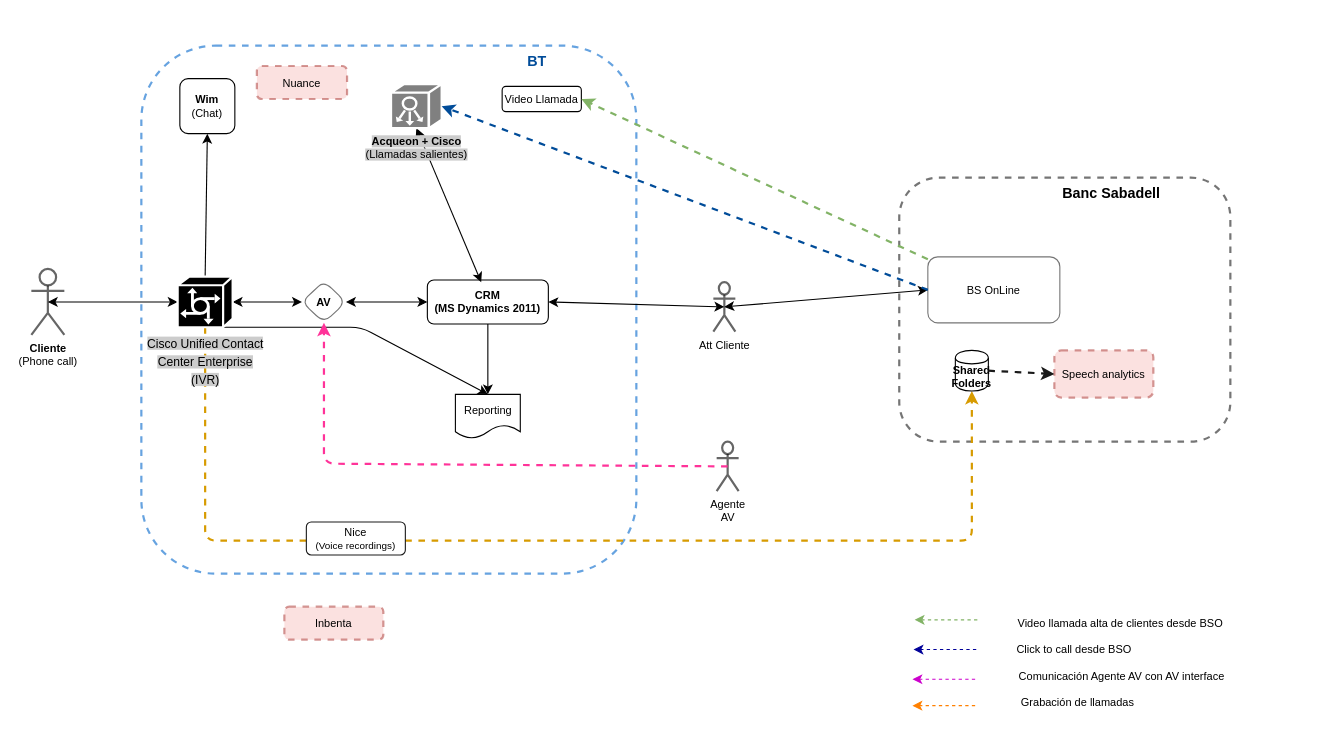
Earlier version of the draw.io diagram page "DiagGral" (1 of 8) of callcenter.drawio (xleyba/bank). Source tidied: cells renumbered, new cells numbered last; positions are measured from the earlier drawing's top-left corner, leaving out a move shared by most shapes. Both pictures are drawn from the tidied source at 110%, with x=0, y=0 at pixel (31, 45).
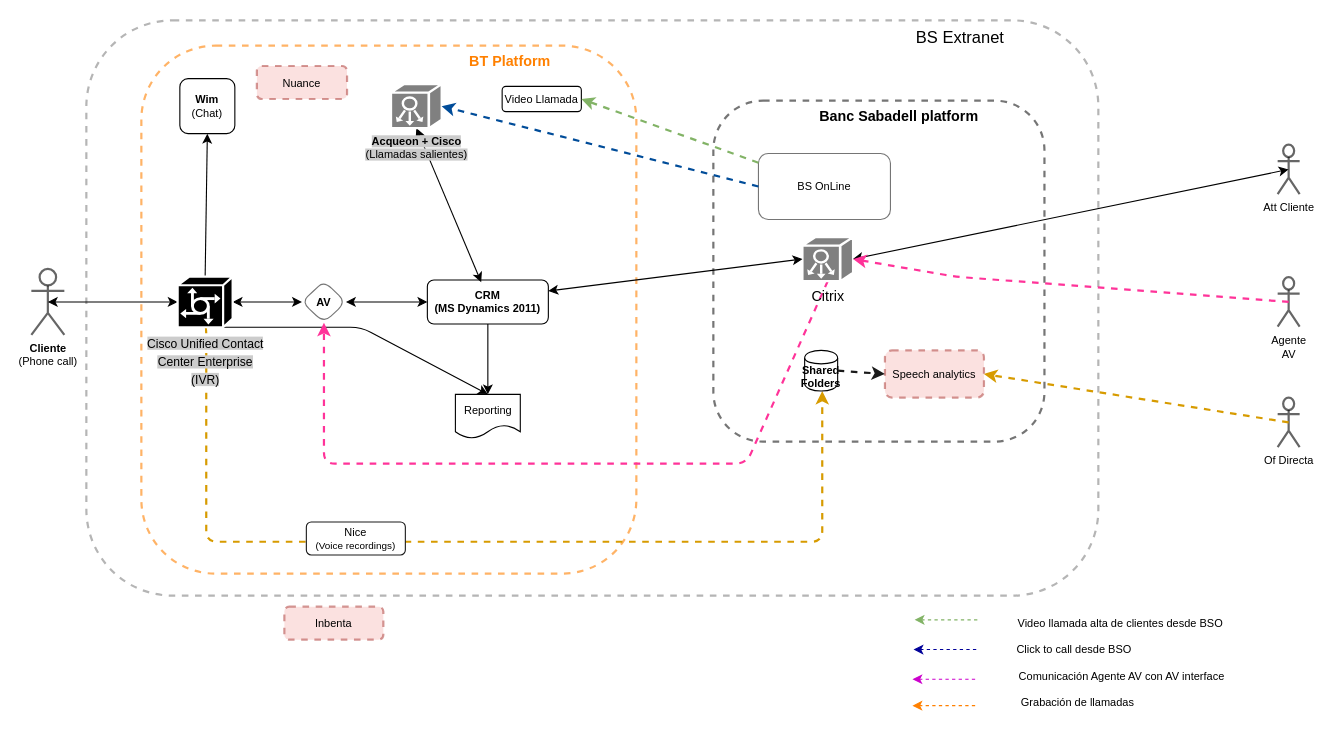
After the change.

Unchanged cells that the change refers to:
```xml
<mxCell id="6" value="&lt;b&gt;CRM&lt;br&gt;(MS Dynamics 2011)&lt;br&gt;&lt;/b&gt;" style="rounded=1;whiteSpace=wrap;html=1;strokeColor=#000000;fillColor=#FFFFFF;fontSize=10;" parent="1" vertex="1">
  <mxGeometry x="360" y="213" width="110" height="40" as="geometry" />
</mxCell>
<mxCell id="22" value="&lt;b&gt;AV&lt;/b&gt;" style="rhombus;whiteSpace=wrap;html=1;rounded=1;strokeColor=#1A1A1A;strokeWidth=1;fillColor=#FFFFFF;fontSize=10;fontColor=#000000;opacity=60;" parent="1" vertex="1">
  <mxGeometry x="246" y="214" width="40" height="38" as="geometry" />
</mxCell>
<mxCell id="41" value="&lt;span style=&quot;line-height: 150% ; font-size: 11px&quot;&gt;&lt;span style=&quot;background-color: rgb(204 , 204 , 204)&quot;&gt;Cisco Unified Contact &lt;br&gt;Center Enterprise&lt;br&gt;(IVR)&lt;/span&gt;&lt;br&gt;&lt;/span&gt;" style="shape=mxgraph.cisco.servers.communications_server;html=1;dashed=0;fillColor=#000000;strokeColor=#ffffff;strokeWidth=2;verticalLabelPosition=bottom;verticalAlign=top;align=center;outlineConnect=0;" parent="1" vertex="1">
  <mxGeometry x="133" y="210" width="50" height="46" as="geometry" />
</mxCell>
```

Diff of the diagram source:
```diff
@@
+    <mxCell id="42" value="&lt;div align=&quot;right&quot;&gt;&lt;font style=&quot;font-size: 15px&quot;&gt;BS Extranet&lt;/font&gt;&amp;nbsp;&amp;nbsp;&amp;nbsp;&amp;nbsp;&amp;nbsp;&amp;nbsp;&amp;nbsp;&amp;nbsp;&amp;nbsp;&amp;nbsp;&amp;nbsp;&amp;nbsp;&amp;nbsp;&amp;nbsp;&amp;nbsp;&amp;nbsp;&amp;nbsp;&amp;nbsp;&amp;nbsp;&amp;nbsp;&amp;nbsp;&amp;nbsp;&amp;nbsp;&amp;nbsp;&amp;nbsp; &lt;br&gt;&lt;/div&gt;&amp;nbsp;&amp;nbsp;&amp;nbsp;&amp;nbsp;&amp;nbsp;&amp;nbsp;&amp;nbsp;&amp;nbsp;&amp;nbsp; " style="rounded=1;whiteSpace=wrap;html=1;fillColor=none;dashed=1;strokeColor=#B5B5B5;strokeWidth=2;align=right;verticalAlign=top;" parent="1" vertex="1">
+      <mxGeometry x="50" y="-23" width="920" height="523" as="geometry" />
+    </mxCell>
-    <mxCell id="2" value="&lt;blockquote style=&quot;margin: 0 0 0 40px ; border: none ; padding: 0px&quot;&gt;&lt;blockquote style=&quot;margin: 0 0 0 40px ; border: none ; padding: 0px&quot;&gt;&lt;span style=&quot;font-size: 13px&quot;&gt;&lt;b&gt;Banc Sabadell&amp;nbsp; &amp;nbsp; &amp;nbsp; &amp;nbsp; &amp;nbsp; &amp;nbsp; &amp;nbsp; &amp;nbsp; &amp;nbsp;&lt;/b&gt;&lt;/span&gt;&lt;/blockquote&gt;&lt;/blockquote&gt;" style="rounded=1;whiteSpace=wrap;html=1;strokeColor=#1A1A1A;fillColor=#FFFFFF;fontSize=10;align=right;verticalAlign=top;dashed=1;fontColor=#000000;strokeWidth=2;opacity=60;" parent="1" vertex="1">
-      <mxGeometry x="789" y="120" width="301" height="240" as="geometry" />
+    <mxCell id="2" value="&lt;blockquote style=&quot;margin: 0 0 0 40px ; border: none ; padding: 0px&quot;&gt;&lt;blockquote style=&quot;margin: 0 0 0 40px ; border: none ; padding: 0px&quot;&gt;&lt;span style=&quot;font-size: 13px&quot;&gt;&lt;b&gt;Banc Sabadell platform&amp;nbsp; &amp;nbsp; &amp;nbsp; &amp;nbsp; &amp;nbsp; &amp;nbsp; &amp;nbsp; &amp;nbsp;&amp;nbsp; &lt;br&gt;&lt;/b&gt;&lt;/span&gt;&lt;/blockquote&gt;&lt;/blockquote&gt;" style="rounded=1;whiteSpace=wrap;html=1;strokeColor=#1A1A1A;fillColor=#FFFFFF;fontSize=10;align=right;verticalAlign=top;dashed=1;fontColor=#000000;strokeWidth=2;opacity=60;" parent="1" vertex="1">
+      <mxGeometry x="620" y="50" width="301" height="310" as="geometry" />
     </mxCell>
-    <mxCell id="3" value="&lt;blockquote style=&quot;margin: 0 0 0 40px ; border: none ; padding: 0px&quot;&gt;&lt;blockquote style=&quot;margin: 0 0 0 40px ; border: none ; padding: 0px&quot;&gt;&lt;span style=&quot;font-size: 13px&quot;&gt;&lt;b&gt;&amp;nbsp; BT&amp;nbsp; &amp;nbsp; &amp;nbsp; &amp;nbsp; &amp;nbsp; &amp;nbsp; &amp;nbsp; &amp;nbsp; &amp;nbsp; &amp;nbsp; &amp;nbsp;&amp;nbsp;&lt;/b&gt;&lt;/span&gt;&lt;/blockquote&gt;&lt;/blockquote&gt;" style="rounded=1;whiteSpace=wrap;html=1;strokeColor=#0066CC;fillColor=#FFFFFF;fontSize=10;align=right;verticalAlign=top;dashed=1;fontColor=#004C99;strokeWidth=2;opacity=60;" parent="1" vertex="1">
+    <mxCell id="3" value="&lt;blockquote style=&quot;margin: 0 0 0 40px ; border: none ; padding: 0px&quot;&gt;&lt;blockquote style=&quot;margin: 0 0 0 40px ; border: none ; padding: 0px&quot;&gt;&lt;font&gt;&lt;span style=&quot;font-size: 13px&quot;&gt;&lt;b&gt;&amp;nbsp; BT Platform&amp;nbsp; &amp;nbsp; &amp;nbsp; &amp;nbsp; &amp;nbsp; &amp;nbsp; &amp;nbsp; &amp;nbsp; &amp;nbsp; &amp;nbsp; &amp;nbsp; &lt;br&gt;&lt;/b&gt;&lt;/span&gt;&lt;/font&gt;&lt;/blockquote&gt;&lt;/blockquote&gt;" style="rounded=1;whiteSpace=wrap;html=1;strokeColor=#FF8000;fillColor=#FFFFFF;fontSize=10;align=right;verticalAlign=top;dashed=1;fontColor=#FF8000;strokeWidth=2;opacity=60;" parent="1" vertex="1">
       <mxGeometry x="100" width="450" height="480" as="geometry" />
     </mxCell>
@@
     <mxCell id="16" value="Att Cliente" style="shape=umlActor;verticalLabelPosition=bottom;labelBackgroundColor=#ffffff;verticalAlign=top;html=1;outlineConnect=0;rounded=1;strokeColor=#000000;strokeWidth=2;fillColor=#FFFFFF;fontSize=10;fontColor=#000000;opacity=60;" parent="1" vertex="1">
-      <mxGeometry x="620" y="215" width="20" height="45" as="geometry" />
+      <mxGeometry x="1133" y="90" width="20" height="45" as="geometry" />
     </mxCell>
-    <mxCell id="17" style="endArrow=classic;startArrow=classic;html=1;fontSize=10;fontColor=#000000;entryX=0.5;entryY=0.5;entryDx=0;entryDy=0;entryPerimeter=0;exitX=1;exitY=0.5;exitDx=0;exitDy=0;" parent="1" edge="1" source="6" target="16">
-      <mxGeometry relative="1" as="geometry" />
-    </mxCell>
     <mxCell id="18" value="BS OnLine" style="rounded=1;whiteSpace=wrap;html=1;strokeColor=#1A1A1A;strokeWidth=1;fillColor=#FFFFFF;fontSize=10;fontColor=#000000;opacity=60;" parent="1" vertex="1">
-      <mxGeometry x="815" y="192" width="120" height="60" as="geometry" />
+      <mxGeometry x="661" y="98" width="120" height="60" as="geometry" />
     </mxCell>
-    <mxCell id="19" style="endArrow=classic;startArrow=classic;html=1;fontSize=10;fontColor=#000000;entryX=0;entryY=0.5;entryDx=0;entryDy=0;exitX=0.5;exitY=0.5;exitDx=0;exitDy=0;exitPerimeter=0;" parent="1" edge="1" source="16" target="18">
-      <mxGeometry relative="1" as="geometry" />
-    </mxCell>
     <mxCell id="20" style="edgeStyle=segmentEdgeStyle;endArrow=classic;html=1;fontSize=10;fontColor=#000000;exitX=0.5;exitY=1;exitDx=0;exitDy=0;exitPerimeter=0;fillColor=#ffe6cc;strokeColor=#d79b00;dashed=1;strokeWidth=2;" parent="1" edge="1" source="41" target="21">
       <mxGeometry relative="1" as="geometry">
         <Array as="points">
-          <mxPoint x="158" y="450" />
-          <mxPoint x="855" y="450" />
+          <mxPoint x="159" y="451" />
+          <mxPoint x="719" y="451" />
         </Array>
       </mxGeometry>
     </mxCell>
     <mxCell id="21" value="Shared&lt;br style=&quot;font-size: 10px;&quot;&gt;Folders" style="shape=cylinder;whiteSpace=wrap;html=1;boundedLbl=1;backgroundOutline=1;fontSize=10;fontStyle=1;" parent="1" vertex="1">
-      <mxGeometry x="840" y="277" width="30" height="37" as="geometry" />
+      <mxGeometry x="703" y="277" width="30" height="37" as="geometry" />
     </mxCell>
@@
     <mxCell id="31" value="Agente&lt;br&gt;AV" style="shape=umlActor;verticalLabelPosition=bottom;labelBackgroundColor=#ffffff;verticalAlign=top;html=1;outlineConnect=0;rounded=1;strokeColor=#000000;strokeWidth=2;fillColor=#FFFFFF;fontSize=10;fontColor=#000000;opacity=60;" parent="1" vertex="1">
-      <mxGeometry x="623" y="360" width="20" height="45" as="geometry" />
+      <mxGeometry x="1133" y="210.5" width="20" height="45" as="geometry" />
     </mxCell>
-    <mxCell id="32" style="endArrow=classic;html=1;entryX=0.5;entryY=1;entryDx=0;entryDy=0;dashed=1;fillColor=#d5e8d4;strokeColor=#FF3399;strokeWidth=2;exitX=0.5;exitY=0.5;exitDx=0;exitDy=0;exitPerimeter=0;" parent="1" edge="1" source="31" target="22">
+    <mxCell id="32" style="endArrow=classic;html=1;entryX=0.5;entryY=1;entryDx=0;entryDy=0;dashed=1;fillColor=#d5e8d4;strokeColor=#FF3399;strokeWidth=2;exitX=0.5;exitY=1;exitDx=0;exitDy=0;exitPerimeter=0;" parent="1" edge="1" source="43" target="22">
       <mxGeometry relative="1" as="geometry">
         <Array as="points">
+          <mxPoint x="650" y="380" />
           <mxPoint x="266" y="380" />
         </Array>
       </mxGeometry>
     </mxCell>
@@
     <mxCell id="34" value="Speech analytics" style="rounded=1;whiteSpace=wrap;html=1;dashed=1;strokeColor=#b85450;strokeWidth=2;fillColor=#f8cecc;fontSize=10;opacity=60;" parent="1" vertex="1">
-      <mxGeometry x="930" y="277" width="90" height="43" as="geometry" />
+      <mxGeometry x="776" y="277" width="90" height="43" as="geometry" />
     </mxCell>
@@
+    <mxCell id="43" value="&lt;font style=&quot;font-size: 13px&quot;&gt;Citrix&lt;/font&gt;" style="shape=mxgraph.cisco.controllers_and_modules.system_controller;html=1;dashed=0;fillColor=#808080;strokeColor=#ffffff;strokeWidth=2;verticalLabelPosition=bottom;verticalAlign=top;align=center;outlineConnect=0;rounded=1;fontSize=10;" parent="1" vertex="1">
+      <mxGeometry x="701" y="174" width="46" height="40" as="geometry" />
+    </mxCell>
+    <mxCell id="44" style="endArrow=classic;startArrow=classic;html=1;fontColor=#FF8000;entryX=0.5;entryY=0.5;entryDx=0;entryDy=0;entryPerimeter=0;exitX=1;exitY=0.5;exitDx=0;exitDy=0;exitPerimeter=0;" parent="1" edge="1" source="43" target="16">
+      <mxGeometry relative="1" as="geometry" />
+    </mxCell>
+    <mxCell id="45" style="endArrow=classic;startArrow=classic;html=1;fontColor=#FF8000;entryX=0;entryY=0.5;entryDx=0;entryDy=0;entryPerimeter=0;exitX=1;exitY=0.25;exitDx=0;exitDy=0;" parent="1" edge="1" source="6" target="43">
+      <mxGeometry relative="1" as="geometry" />
+    </mxCell>
+    <mxCell id="46" style="endArrow=classic;html=1;entryX=1;entryY=0.5;entryDx=0;entryDy=0;dashed=1;fillColor=#d5e8d4;strokeColor=#FF3399;strokeWidth=2;exitX=0.5;exitY=0.5;exitDx=0;exitDy=0;exitPerimeter=0;entryPerimeter=0;" parent="1" edge="1" source="31" target="43">
+      <mxGeometry relative="1" as="geometry">
+        <Array as="points">
+          <mxPoint x="840" y="210" />
+        </Array>
+      </mxGeometry>
+    </mxCell>
+    <mxCell id="47" value="Of Directa" style="shape=umlActor;verticalLabelPosition=bottom;labelBackgroundColor=#ffffff;verticalAlign=top;html=1;outlineConnect=0;rounded=1;strokeColor=#000000;strokeWidth=2;fillColor=#FFFFFF;fontSize=10;fontColor=#000000;opacity=60;" parent="1" vertex="1">
+      <mxGeometry x="1133" y="320" width="20" height="45" as="geometry" />
+    </mxCell>
+    <mxCell id="48" style="endArrow=classic;html=1;entryX=1;entryY=0.5;entryDx=0;entryDy=0;dashed=1;fillColor=#d5e8d4;strokeColor=#d79b00;strokeWidth=2;exitX=0.5;exitY=0.5;exitDx=0;exitDy=0;exitPerimeter=0;" parent="1" edge="1" source="47" target="34">
+      <mxGeometry relative="1" as="geometry" />
+    </mxCell>
```
